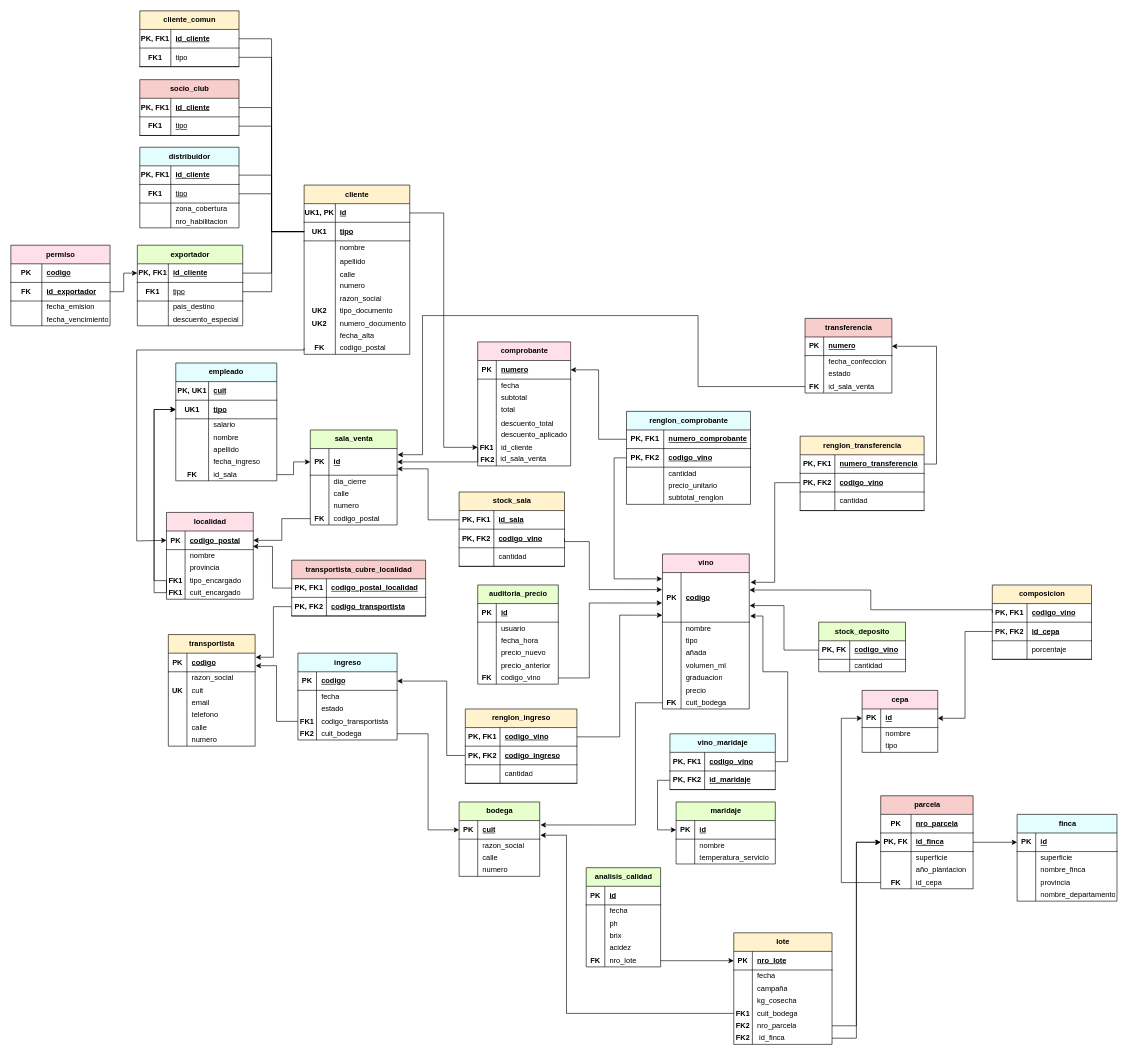
Before: docs/MER-Bodegas-del-Atuel.drawio in camjamardo-create/gestion-bodegas-del-atuel, a draw.io diagram. Source tidied: cells renumbered, new cells numbered last; positions are measured from the earlier drawing's top-left corner, leaving out a move shared by most shapes. Both pictures are drawn from the tidied source at 62%, with x=0, y=0 at pixel (11, 11).
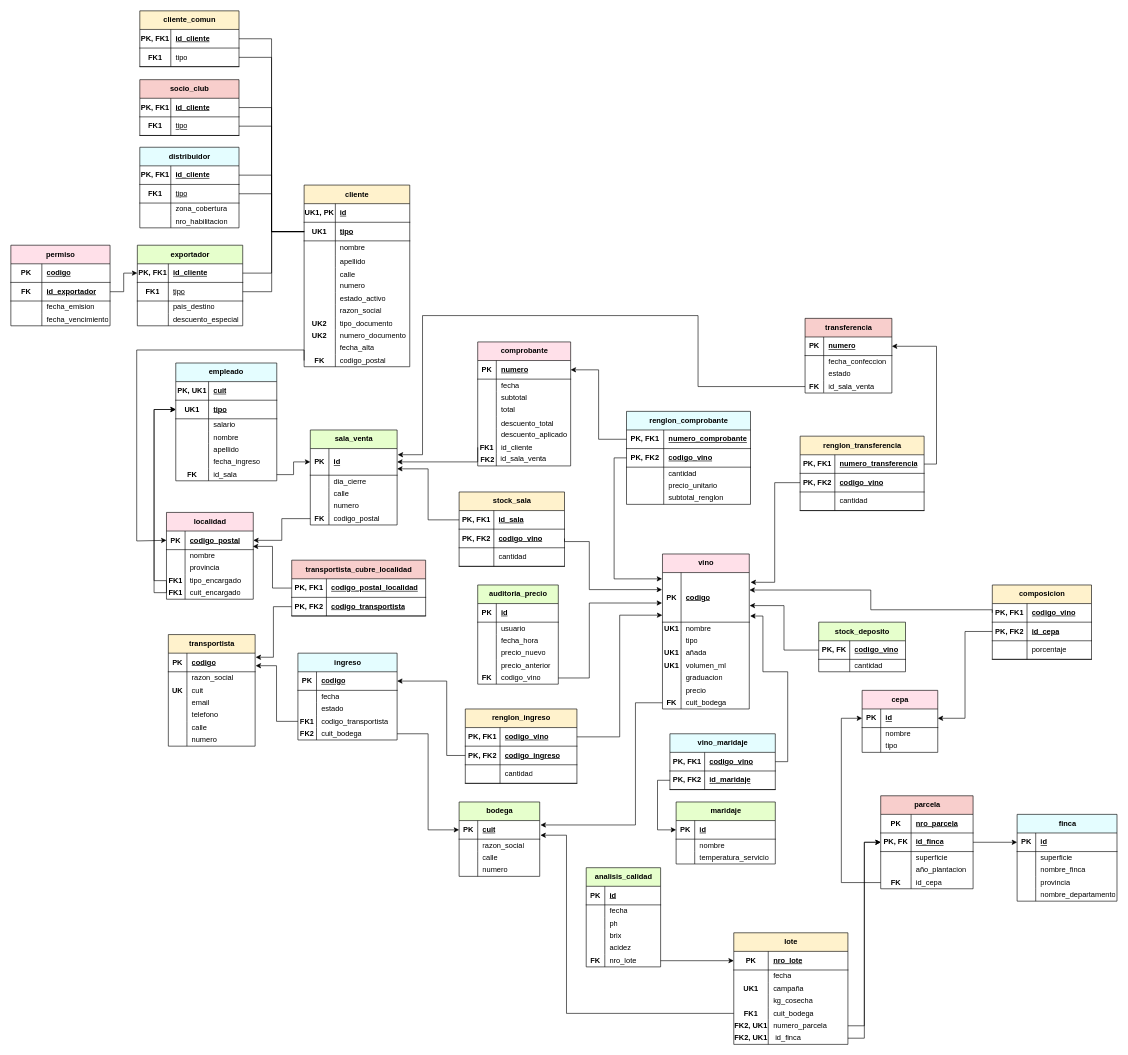
The same page after the edit.

Commit message (it also covers changes not shown here):
docs: agrega estado_activo al DER y MER

The change refers to these unchanged cells:
```xml
<mxCell id="61" style="shape=tableRow;horizontal=0;startSize=0;swimlaneHead=0;swimlaneBody=0;fillColor=none;points=[[0,0.5],[1,0.5]];portConstraint=eastwest;top=0;left=0;right=0;bottom=0;swimlaneFillColor=default;" parent="42" vertex="1">
  <mxGeometry y="160" width="149.9" height="20" as="geometry" />
</mxCell>
<mxCell id="156" style="shape=tableRow;horizontal=0;startSize=0;swimlaneHead=0;swimlaneBody=0;fillColor=none;top=0;left=0;right=0;bottom=0;" parent="152" vertex="1">
  <mxGeometry y="110" width="140" height="20" as="geometry" />
</mxCell>
<mxCell id="162" style="shape=tableRow;horizontal=0;startSize=0;swimlaneHead=0;swimlaneBody=0;fillColor=none;top=0;left=0;right=0;bottom=0;" parent="152" vertex="1">
  <mxGeometry y="150" width="140" height="20" as="geometry" />
</mxCell>
<mxCell id="165" style="shape=tableRow;horizontal=0;startSize=0;swimlaneHead=0;swimlaneBody=0;fillColor=none;top=0;left=0;right=0;bottom=0;" parent="152" vertex="1">
  <mxGeometry y="170" width="140" height="20" as="geometry" />
</mxCell>
<mxCell id="441" style="shape=tableRow;horizontal=0;startSize=0;swimlaneHead=0;swimlaneBody=0;fillColor=none;points=[[0,0.5],[1,0.5]];portConstraint=eastwest;top=0;left=0;right=0;bottom=1;" parent="440" vertex="1">
  <mxGeometry y="30" width="170.4" height="30" as="geometry" />
</mxCell>
```

Diff of the diagram source:
```diff
@@
-    <mxCell id="157" style="shape=partialRectangle;fillColor=none;top=0;left=0;bottom=0;right=0;overflow=hidden;whiteSpace=wrap;html=1;" parent="156" vertex="1">
+    <mxCell id="157" value="&lt;b&gt;UK1&lt;/b&gt;" style="shape=partialRectangle;fillColor=none;top=0;left=0;bottom=0;right=0;overflow=hidden;whiteSpace=wrap;html=1;" parent="156" vertex="1">
       <mxGeometry width="30" height="20" as="geometry" />
     </mxCell>
@@
-    <mxCell id="163" style="shape=partialRectangle;fillColor=none;top=0;left=0;bottom=0;right=0;overflow=hidden;whiteSpace=wrap;html=1;" parent="162" vertex="1">
+    <mxCell id="163" value="&lt;b&gt;UK1&lt;/b&gt;" style="shape=partialRectangle;fillColor=none;top=0;left=0;bottom=0;right=0;overflow=hidden;whiteSpace=wrap;html=1;" parent="162" vertex="1">
       <mxGeometry width="30" height="20" as="geometry" />
     </mxCell>
@@
-    <mxCell id="166" style="shape=partialRectangle;fillColor=none;top=0;left=0;bottom=0;right=0;overflow=hidden;whiteSpace=wrap;html=1;" parent="165" vertex="1">
+    <mxCell id="166" value="&lt;b&gt;UK1&lt;/b&gt;" style="shape=partialRectangle;fillColor=none;top=0;left=0;bottom=0;right=0;overflow=hidden;whiteSpace=wrap;html=1;" parent="165" vertex="1">
       <mxGeometry width="30" height="20" as="geometry" />
     </mxCell>
@@
     <mxCell id="213" value="lote" style="shape=table;startSize=30;childLayout=tableLayout;rowLines=0;fontStyle=1;align=center;html=1;fillColor=light-dark(#FFF2CC,#EDEDED);" parent="1" vertex="1">
-      <mxGeometry x="1166" y="1487" width="158.5" height="180" as="geometry" />
+      <mxGeometry x="1166" y="1487" width="184.1" height="180" as="geometry" />
     </mxCell>
     <mxCell id="214" style="shape=tableRow;horizontal=0;startSize=0;swimlaneHead=0;swimlaneBody=0;fillColor=none;points=[[0,0.5],[1,0.5]];portConstraint=eastwest;top=0;left=0;right=0;bottom=1;" parent="213" vertex="1">
-      <mxGeometry y="30" width="158.5" height="30" as="geometry" />
+      <mxGeometry y="30" width="184.1" height="30" as="geometry" />
     </mxCell>
     <mxCell id="215" value="PK" style="shape=partialRectangle;fillColor=none;top=0;left=0;bottom=0;right=0;fontStyle=1;overflow=hidden;whiteSpace=wrap;html=1;" parent="214" vertex="1">
-      <mxGeometry width="30" height="30" as="geometry" />
+      <mxGeometry width="55.6" height="30" as="geometry" />
     </mxCell>
     <mxCell id="216" value="nro_lote" style="shape=partialRectangle;fillColor=none;top=0;left=0;bottom=0;right=0;align=left;spacingLeft=6;fontStyle=5;overflow=hidden;whiteSpace=wrap;html=1;" parent="214" vertex="1">
-      <mxGeometry x="30" width="128.5" height="30" as="geometry" />
+      <mxGeometry x="55.6" width="128.5" height="30" as="geometry" />
     </mxCell>
     <mxCell id="217" style="shape=tableRow;horizontal=0;startSize=0;swimlaneHead=0;swimlaneBody=0;fillColor=none;top=0;left=0;right=0;bottom=0;" parent="213" vertex="1">
-      <mxGeometry y="60" width="158.5" height="20" as="geometry" />
+      <mxGeometry y="60" width="184.1" height="20" as="geometry" />
     </mxCell>
     <mxCell id="218" style="shape=partialRectangle;fillColor=none;top=0;left=0;bottom=0;right=0;overflow=hidden;whiteSpace=wrap;html=1;" parent="217" vertex="1">
-      <mxGeometry width="30" height="20" as="geometry" />
+      <mxGeometry width="55.6" height="20" as="geometry" />
     </mxCell>
     <mxCell id="219" value="fecha" style="shape=partialRectangle;fillColor=none;top=0;left=0;bottom=0;right=0;align=left;spacingLeft=6;overflow=hidden;whiteSpace=wrap;html=1;" parent="217" vertex="1">
-      <mxGeometry x="30" width="128.5" height="20" as="geometry" />
+      <mxGeometry x="55.6" width="128.5" height="20" as="geometry" />
     </mxCell>
     <mxCell id="220" style="shape=tableRow;horizontal=0;startSize=0;swimlaneHead=0;swimlaneBody=0;fillColor=none;top=0;left=0;right=0;bottom=0;" parent="213" vertex="1">
-      <mxGeometry y="80" width="158.5" height="20" as="geometry" />
+      <mxGeometry y="80" width="184.1" height="20" as="geometry" />
     </mxCell>
-    <mxCell id="221" style="shape=partialRectangle;fillColor=none;top=0;left=0;bottom=0;right=0;overflow=hidden;whiteSpace=wrap;html=1;" parent="220" vertex="1">
-      <mxGeometry width="30" height="20" as="geometry" />
+    <mxCell id="221" value="&lt;b&gt;UK1&lt;/b&gt;" style="shape=partialRectangle;fillColor=none;top=0;left=0;bottom=0;right=0;overflow=hidden;whiteSpace=wrap;html=1;" parent="220" vertex="1">
+      <mxGeometry width="55.6" height="20" as="geometry" />
     </mxCell>
     <mxCell id="222" value="campaña" style="shape=partialRectangle;fillColor=none;top=0;left=0;bottom=0;right=0;align=left;spacingLeft=6;overflow=hidden;whiteSpace=wrap;html=1;" parent="220" vertex="1">
-      <mxGeometry x="30" width="128.5" height="20" as="geometry" />
+      <mxGeometry x="55.6" width="128.5" height="20" as="geometry" />
     </mxCell>
     <mxCell id="223" style="shape=tableRow;horizontal=0;startSize=0;swimlaneHead=0;swimlaneBody=0;fillColor=none;top=0;left=0;right=0;bottom=0;" parent="213" vertex="1">
-      <mxGeometry y="100" width="158.5" height="20" as="geometry" />
+      <mxGeometry y="100" width="184.1" height="20" as="geometry" />
     </mxCell>
     <mxCell id="224" style="shape=partialRectangle;fillColor=none;top=0;left=0;bottom=0;right=0;overflow=hidden;whiteSpace=wrap;html=1;" parent="223" vertex="1">
-      <mxGeometry width="30" height="20" as="geometry" />
+      <mxGeometry width="55.6" height="20" as="geometry" />
     </mxCell>
     <mxCell id="225" value="kg_cosecha" style="shape=partialRectangle;fillColor=none;top=0;left=0;bottom=0;right=0;align=left;spacingLeft=6;overflow=hidden;whiteSpace=wrap;html=1;" parent="223" vertex="1">
-      <mxGeometry x="30" width="128.5" height="20" as="geometry" />
+      <mxGeometry x="55.6" width="128.5" height="20" as="geometry" />
     </mxCell>
     <mxCell id="226" style="shape=tableRow;horizontal=0;startSize=0;swimlaneHead=0;swimlaneBody=0;fillColor=none;points=[[0,0.5],[1,0.5]];portConstraint=eastwest;top=0;left=0;right=0;bottom=0;" parent="213" vertex="1">
-      <mxGeometry y="120" width="158.5" height="20" as="geometry" />
+      <mxGeometry y="120" width="184.1" height="20" as="geometry" />
     </mxCell>
     <mxCell id="227" value="&lt;b&gt;FK1&lt;/b&gt;" style="shape=partialRectangle;fillColor=none;top=0;left=0;bottom=0;right=0;overflow=hidden;whiteSpace=wrap;html=1;" parent="226" vertex="1">
-      <mxGeometry width="30" height="20" as="geometry" />
+      <mxGeometry width="55.6" height="20" as="geometry" />
     </mxCell>
     <mxCell id="228" value="cuit_bodega" style="shape=partialRectangle;fillColor=none;top=0;left=0;bottom=0;right=0;align=left;spacingLeft=6;overflow=hidden;whiteSpace=wrap;html=1;" parent="226" vertex="1">
-      <mxGeometry x="30" width="128.5" height="20" as="geometry" />
+      <mxGeometry x="55.6" width="128.5" height="20" as="geometry" />
     </mxCell>
     <mxCell id="229" style="shape=tableRow;horizontal=0;startSize=0;swimlaneHead=0;swimlaneBody=0;fillColor=none;points=[[0,0.5],[1,0.5]];portConstraint=eastwest;top=0;left=0;right=0;bottom=0;" parent="213" vertex="1">
-      <mxGeometry y="140" width="158.5" height="20" as="geometry" />
+      <mxGeometry y="140" width="184.1" height="20" as="geometry" />
     </mxCell>
-    <mxCell id="230" value="&lt;b&gt;FK2&lt;/b&gt;" style="shape=partialRectangle;fillColor=none;top=0;left=0;bottom=0;right=0;overflow=hidden;whiteSpace=wrap;html=1;" parent="229" vertex="1">
-      <mxGeometry width="30" height="20" as="geometry" />
+    <mxCell id="230" value="&lt;b&gt;FK2, UK1&lt;/b&gt;" style="shape=partialRectangle;fillColor=none;top=0;left=0;bottom=0;right=0;overflow=hidden;whiteSpace=wrap;html=1;" parent="229" vertex="1">
+      <mxGeometry width="55.6" height="20" as="geometry" />
     </mxCell>
-    <mxCell id="231" value="nro_parcela" style="shape=partialRectangle;fillColor=none;top=0;left=0;bottom=0;right=0;align=left;spacingLeft=6;overflow=hidden;whiteSpace=wrap;html=1;" parent="229" vertex="1">
-      <mxGeometry x="30" width="128.5" height="20" as="geometry" />
+    <mxCell id="231" value="numero_parcela" style="shape=partialRectangle;fillColor=none;top=0;left=0;bottom=0;right=0;align=left;spacingLeft=6;overflow=hidden;whiteSpace=wrap;html=1;" parent="229" vertex="1">
+      <mxGeometry x="55.6" width="128.5" height="20" as="geometry" />
     </mxCell>
     <mxCell id="232" style="shape=tableRow;horizontal=0;startSize=0;swimlaneHead=0;swimlaneBody=0;fillColor=none;points=[[0,0.5],[1,0.5]];portConstraint=eastwest;top=0;left=0;right=0;bottom=0;" parent="213" vertex="1">
-      <mxGeometry y="160" width="158.5" height="20" as="geometry" />
+      <mxGeometry y="160" width="184.1" height="20" as="geometry" />
     </mxCell>
-    <mxCell id="233" value="&lt;b&gt;FK2&lt;/b&gt;" style="shape=partialRectangle;fillColor=none;top=0;left=0;bottom=0;right=0;overflow=hidden;whiteSpace=wrap;html=1;" parent="232" vertex="1">
-      <mxGeometry width="30" height="20" as="geometry" />
+    <mxCell id="233" value="&lt;b&gt;FK2, UK1&lt;/b&gt;" style="shape=partialRectangle;fillColor=none;top=0;left=0;bottom=0;right=0;overflow=hidden;whiteSpace=wrap;html=1;" parent="232" vertex="1">
+      <mxGeometry width="55.6" height="20" as="geometry" />
     </mxCell>
     <mxCell id="234" value="&amp;nbsp;id_finca" style="shape=partialRectangle;fillColor=none;top=0;left=0;bottom=0;right=0;align=left;spacingLeft=6;overflow=hidden;whiteSpace=wrap;html=1;" parent="232" vertex="1">
-      <mxGeometry x="30" width="128.5" height="20" as="geometry" />
+      <mxGeometry x="55.6" width="128.5" height="20" as="geometry" />
     </mxCell>
@@
-    <mxCell id="438" style="edgeStyle=orthogonalEdgeStyle;rounded=0;jettySize=auto;html=1;exitX=0;exitY=0.5;exitDx=0;exitDy=0;entryX=1;entryY=0.5;entryDx=0;entryDy=0;defaultLabelBackgroundColor=page;endArrow=none;endFill=0;startArrow=classic;startFill=1;" parent="1" edge="1" source="61" target="441">
-      <mxGeometry relative="1" as="geometry" />
-    </mxCell>
@@
     <mxCell id="440" value="cliente" style="shape=table;startSize=30;childLayout=tableLayout;rowLines=0;fontStyle=1;align=center;html=1;fillColor=light-dark(#FFF2CC,#EDEDED);" parent="1" vertex="1">
-      <mxGeometry x="473" y="281" width="170.4" height="273" as="geometry" />
+      <mxGeometry x="473" y="281" width="170.4" height="293" as="geometry" />
     </mxCell>
@@
+    <mxCell id="500" style="shape=tableRow;horizontal=0;startSize=0;swimlaneHead=0;swimlaneBody=0;fillColor=none;top=0;left=0;right=0;bottom=0;swimlaneFillColor=default;" parent="440" vertex="1">
+      <mxGeometry y="173" width="170.4" height="20" as="geometry" />
+    </mxCell>
+    <mxCell id="501" style="shape=partialRectangle;fillColor=none;top=0;left=0;bottom=0;right=0;overflow=hidden;whiteSpace=wrap;html=1;" parent="500" vertex="1">
+      <mxGeometry width="50.4" height="20" as="geometry" />
+    </mxCell>
+    <mxCell id="502" value="estado_activo" style="shape=partialRectangle;fillColor=none;top=0;left=0;bottom=0;right=0;align=left;spacingLeft=6;overflow=hidden;whiteSpace=wrap;html=1;" parent="500" vertex="1">
+      <mxGeometry x="50.4" width="120" height="20" as="geometry" />
+    </mxCell>
     <mxCell id="459" style="shape=tableRow;horizontal=0;startSize=0;swimlaneHead=0;swimlaneBody=0;fillColor=none;top=0;left=0;right=0;bottom=0;swimlaneFillColor=default;" parent="440" vertex="1">
-      <mxGeometry y="173" width="170.4" height="20" as="geometry" />
+      <mxGeometry y="193" width="170.4" height="20" as="geometry" />
     </mxCell>
@@
     <mxCell id="462" style="shape=tableRow;horizontal=0;startSize=0;swimlaneHead=0;swimlaneBody=0;fillColor=none;top=0;left=0;right=0;bottom=0;swimlaneFillColor=default;" parent="440" vertex="1">
-      <mxGeometry y="193" width="170.4" height="20" as="geometry" />
+      <mxGeometry y="213" width="170.4" height="20" as="geometry" />
     </mxCell>
@@
     <mxCell id="465" style="shape=tableRow;horizontal=0;startSize=0;swimlaneHead=0;swimlaneBody=0;fillColor=none;top=0;left=0;right=0;bottom=0;swimlaneFillColor=default;" parent="440" vertex="1">
-      <mxGeometry y="213" width="170.4" height="20" as="geometry" />
+      <mxGeometry y="233" width="170.4" height="20" as="geometry" />
     </mxCell>
@@
     <mxCell id="468" style="shape=tableRow;horizontal=0;startSize=0;swimlaneHead=0;swimlaneBody=0;fillColor=none;top=0;left=0;right=0;bottom=0;swimlaneFillColor=default;" parent="440" vertex="1">
-      <mxGeometry y="233" width="170.4" height="20" as="geometry" />
+      <mxGeometry y="253" width="170.4" height="20" as="geometry" />
     </mxCell>
@@
     <mxCell id="471" style="shape=tableRow;horizontal=0;startSize=0;swimlaneHead=0;swimlaneBody=0;fillColor=none;points=[[0,0.5],[1,0.5]];portConstraint=eastwest;top=0;left=0;right=0;bottom=0;swimlaneFillColor=default;" parent="440" vertex="1">
-      <mxGeometry y="253" width="170.4" height="20" as="geometry" />
+      <mxGeometry y="273" width="170.4" height="20" as="geometry" />
     </mxCell>
```
